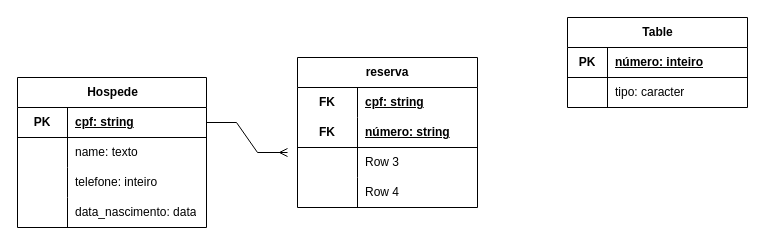
This is praticas2/praticas 2 ex 3.drawio from ngdx4/banco_de_dados1, a draw.io file, before an edit. Source tidied: cells renumbered, new cells numbered last; positions are measured from the earlier drawing's top-left corner, leaving out a move shared by most shapes. Both pictures are drawn from the tidied source at 100%, with x=0, y=0 at pixel (17, 17).
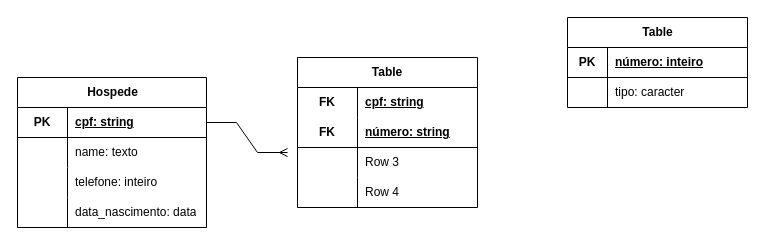
Above is the later version.

Diff of the diagram source:
```diff
@@
-    <mxCell id="23" value="reserva" style="shape=table;startSize=30;childLayout=tableLayout;rowLines=0;fontStyle=1;align=center;html=1;whiteSpace=wrap;" parent="1" vertex="1">
+    <mxCell id="23" value="Table" style="shape=table;startSize=30;childLayout=tableLayout;rowLines=0;fontStyle=1;align=center;html=1;whiteSpace=wrap;" parent="1" vertex="1">
       <mxGeometry x="280" y="40" width="180" height="150" as="geometry" />
     </mxCell>
```
